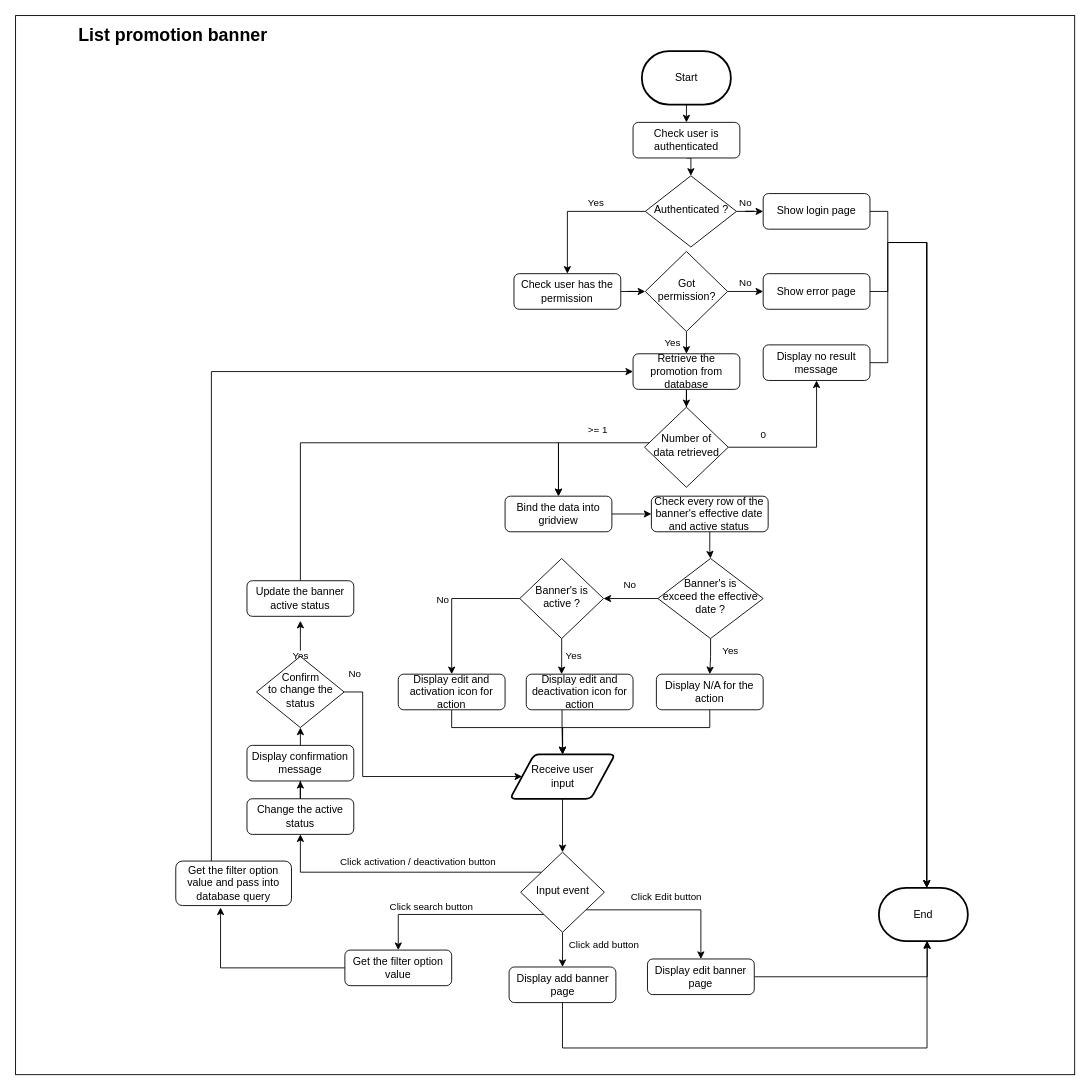
Earlier version of the draw.io diagram page "List promotion banner" (1 of 2) of BannerPromotion/Untitled Diagram.drawio (shawn814/Affiliate). Source tidied: cells renumbered, new cells numbered last; positions are measured from the earlier drawing's top-left corner, leaving out a move shared by most shapes. Both pictures are drawn from the tidied source at 89%, with x=0, y=0 at pixel (15, 15).
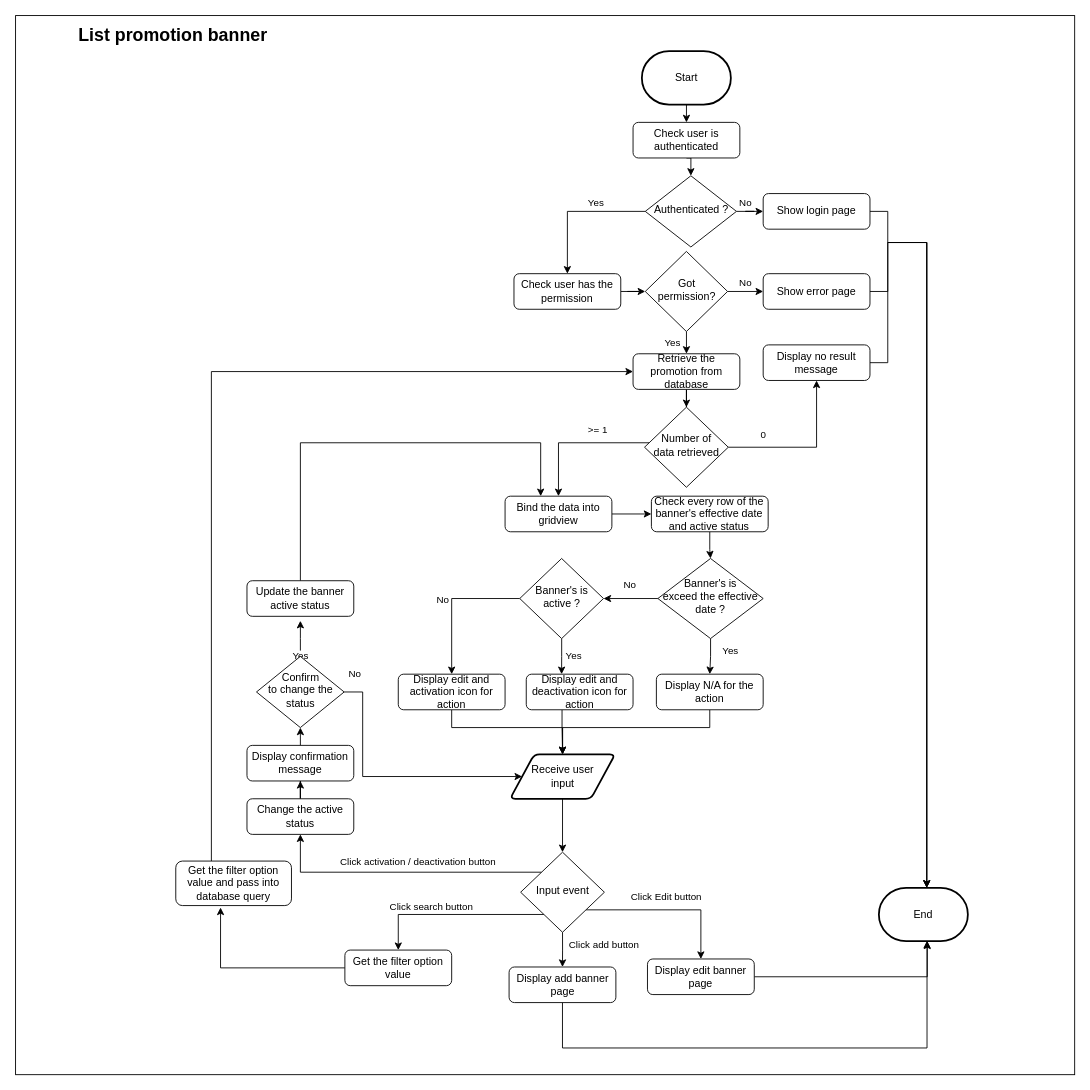
The same diagram, later.

The change refers to these unchanged cells:
```xml
<mxCell id="29" value="Bind the data into gridview" style="rounded=1;whiteSpace=wrap;html=1;fontSize=12;glass=0;strokeWidth=1;shadow=0;" parent="1" vertex="1">
  <mxGeometry x="550" y="540" width="120" height="40" as="geometry" />
</mxCell>
<mxCell id="69" value="Update the banner active status" style="rounded=1;whiteSpace=wrap;html=1;fontSize=12;glass=0;strokeWidth=1;shadow=0;" parent="1" vertex="1">
  <mxGeometry x="260" y="635" width="120" height="40" as="geometry" />
</mxCell>
```

Change to the diagram source:
```diff
@@
-    <mxCell id="68" style="edgeStyle=orthogonalEdgeStyle;rounded=0;jettySize=auto;html=1;" parent="1" edge="1" source="69">
+    <mxCell id="68" style="edgeStyle=orthogonalEdgeStyle;rounded=0;jettySize=auto;html=1;" parent="1" edge="1" source="69" target="29">
       <mxGeometry relative="1" as="geometry">
-        <mxPoint x="610" y="540" as="targetPoint" />
         <Array as="points">
           <mxPoint x="320" y="480" />
-          <mxPoint x="610" y="480" />
+          <mxPoint x="590" y="480" />
         </Array>
       </mxGeometry>
     </mxCell>
```
